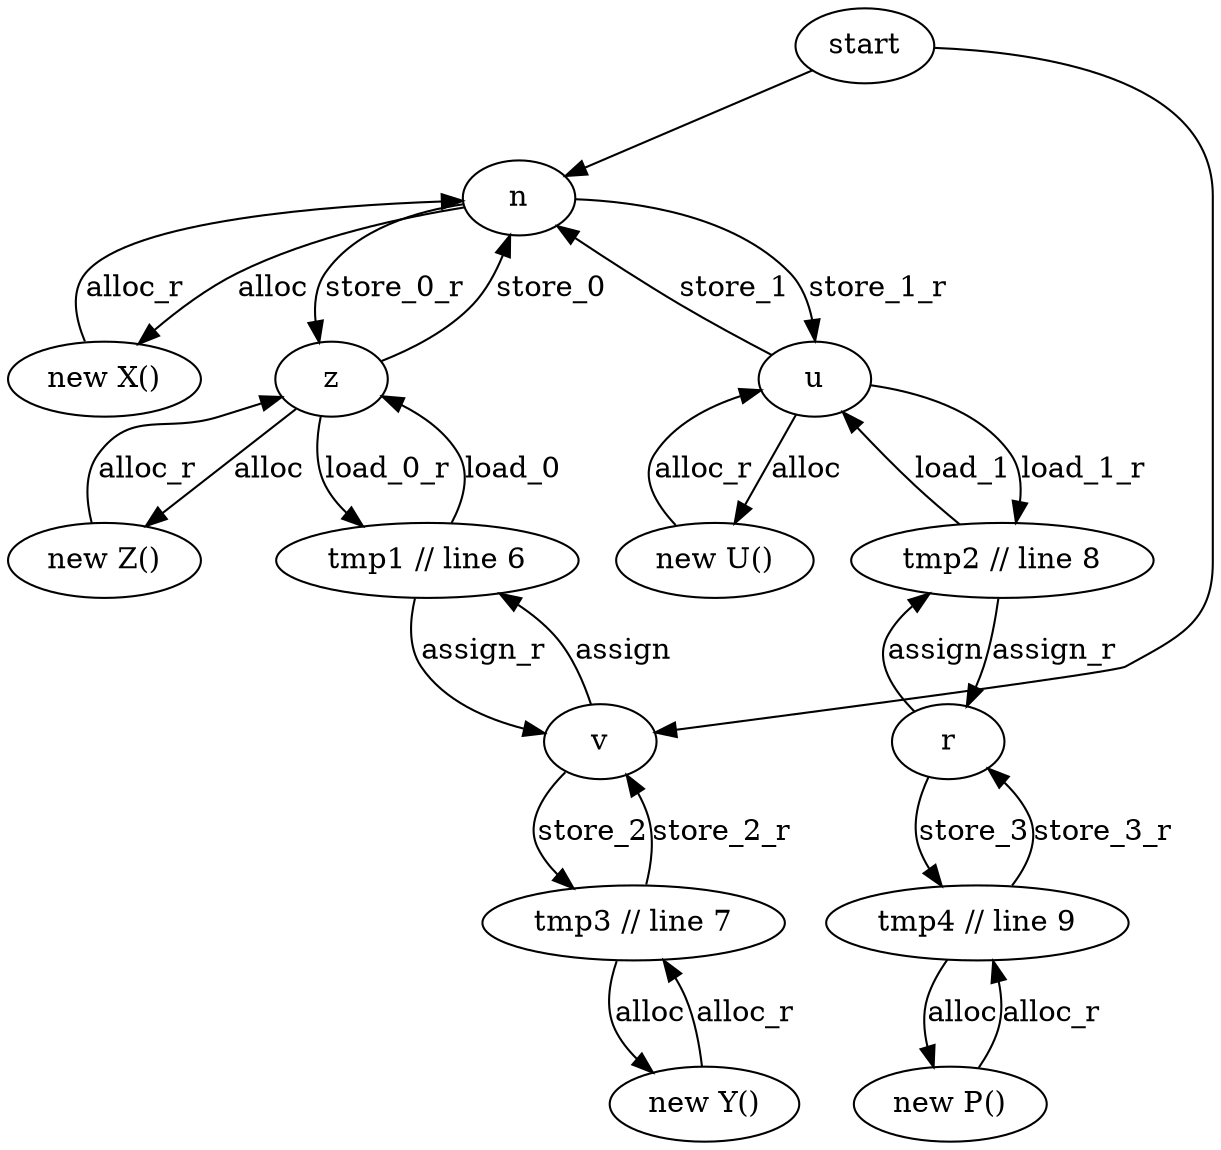
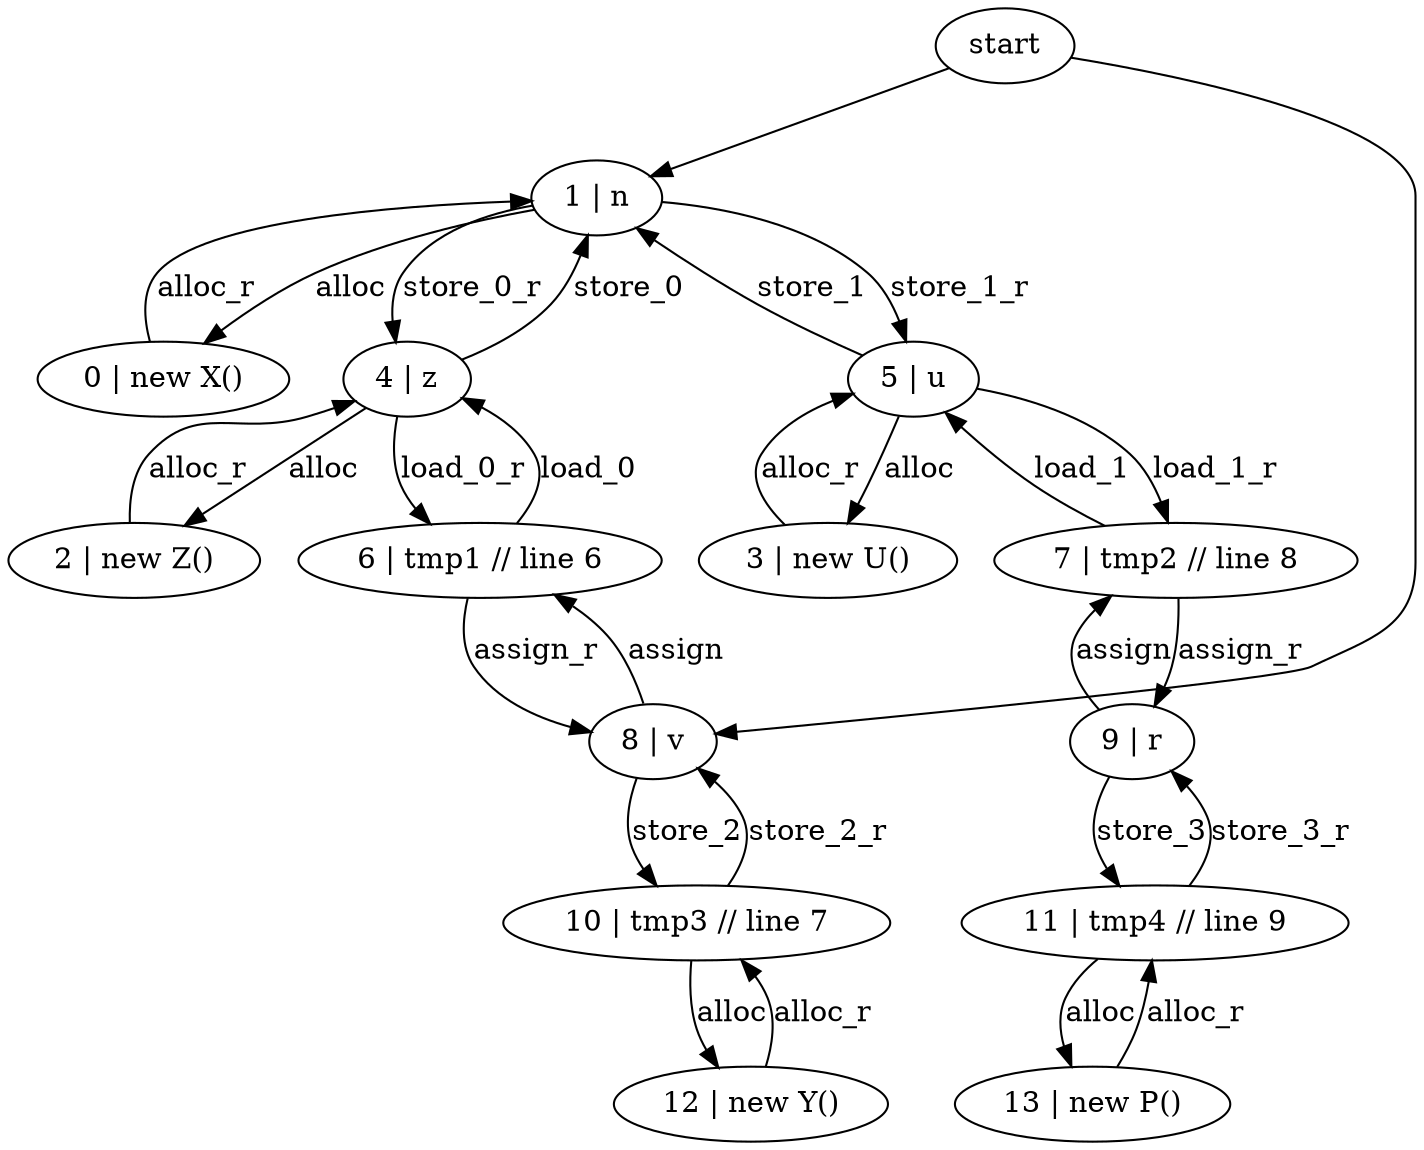
digraph {
    start -> 1;
    start -> 8;
    1 -> 0 [label = "alloc"];
    0 -> 1 [label = "alloc_r"];
    4 -> 2 [label = "alloc"];
    2 -> 4 [label = "alloc_r"];
    5 -> 3 [label = "alloc"];
    3 -> 5 [label = "alloc_r"];
    10 -> 12 [label = "alloc"];
    12 -> 10 [label = "alloc_r"];
    11 -> 13 [label = "alloc"];
    13 -> 11 [label = "alloc_r"];
    8 -> 6 [label = "assign"];
    6 -> 8 [label = "assign_r"];
    9 -> 7 [label = "assign"];
    7 -> 9 [label = "assign_r"];
    4 -> 1 [label = "store_0"];
    1 -> 4 [label = "store_0_r"];
    5 -> 1 [label = "store_1"];
    1 -> 5 [label = "store_1_r"];
    8 -> 10 [label = "store_2"];
    10 -> 8 [label = "store_2_r"];
    9 -> 11 [label = "store_3"];
    11 -> 9 [label = "store_3_r"];
    6 -> 4 [label = "load_0"];
    4 -> 6 [label = "load_0_r"];
    7 -> 5 [label = "load_1"];
    5 -> 7 [label = "load_1_r"];

-     0[label="new X()"];
-     1[label="n"];
-     2[label="new Z()"];
-     3[label="new U()"];
-     4[label="z"];
-     5[label="u"];
-     6[label="tmp1 // line 6"];
-     7[label="tmp2 // line 8"];
-     8[label="v"];
-     9[label="r"];
-     10[label="tmp3 // line 7"];
-     11[label="tmp4 // line 9"];
-     12[label="new Y()"];
-     13[label="new P()"];
+     0[label="0 | new X()"];
+     1[label="1 | n"];
+     2[label="2 | new Z()"];
+     3[label="3 | new U()"];
+     4[label="4 | z"];
+     5[label="5 | u"];
+     6[label="6 | tmp1 // line 6"];
+     7[label="7 | tmp2 // line 8"];
+     8[label="8 | v"];
+     9[label="9 | r"];
+     10[label="10 | tmp3 // line 7"];
+     11[label="11 | tmp4 // line 9"];
+     12[label="12 | new Y()"];
+     13[label="13 | new P()"];
}
